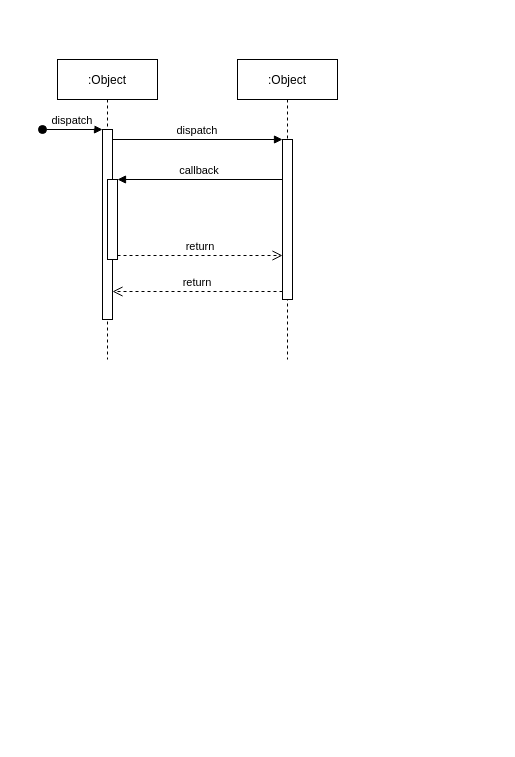
The draw.io diagram saga-sequance.drawio in AkbarMarunduri/Saga-Diagram, before the edit. Source tidied: cells renumbered, new cells numbered last; positions are measured from the earlier drawing's top-left corner, leaving out a move shared by most shapes. Both pictures are drawn from the tidied source at 100%, with x=0, y=0 at pixel (42, 59).
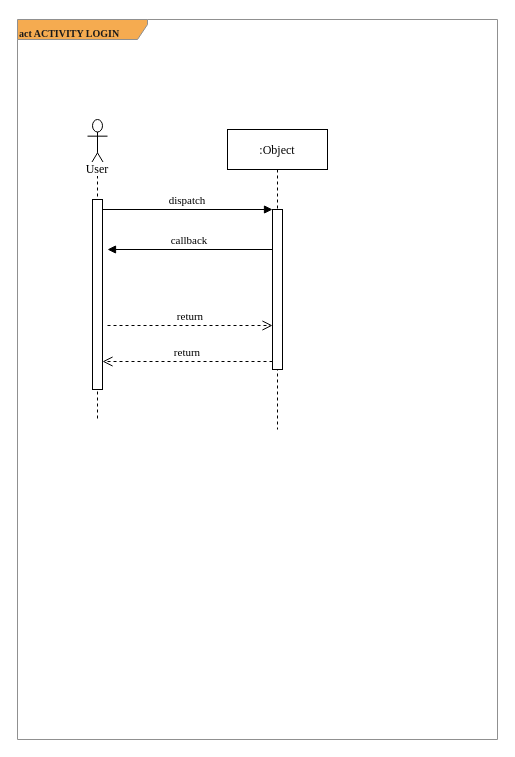
After the change.

What changed in the source:
```diff
@@
 <mxGraphModel>
   <root>
     <mxCell id="0" />
     <mxCell id="1" parent="0" />
-    <mxCell id="2" value=":Object" style="shape=umlLifeline;perimeter=lifelinePerimeter;rounded=0;shadow=0;strokeWidth=1;" parent="1" vertex="1">
-      <mxGeometry x="15" width="100" height="300" as="geometry" />
-    </mxCell>
-    <mxCell id="3" style="points=[];perimeter=orthogonalPerimeter;rounded=0;shadow=0;strokeWidth=1;" parent="2" vertex="1">
-      <mxGeometry x="45" y="70" width="10" height="190" as="geometry" />
-    </mxCell>
-    <mxCell id="4" value="dispatch" style="verticalAlign=bottom;startArrow=oval;endArrow=block;startSize=8;shadow=0;strokeWidth=1;" parent="2" edge="1" target="3">
-      <mxGeometry relative="1" as="geometry">
-        <mxPoint x="-15" y="70" as="sourcePoint" />
-      </mxGeometry>
-    </mxCell>
-    <mxCell id="5" style="points=[];perimeter=orthogonalPerimeter;rounded=0;shadow=0;strokeWidth=1;" parent="2" vertex="1">
-      <mxGeometry x="50" y="120" width="10" height="80" as="geometry" />
-    </mxCell>
-    <mxCell id="6" value=":Object" style="shape=umlLifeline;perimeter=lifelinePerimeter;rounded=0;shadow=0;strokeWidth=1;" parent="1" vertex="1">
-      <mxGeometry x="195" width="100" height="300" as="geometry" />
-    </mxCell>
-    <mxCell id="7" style="points=[];perimeter=orthogonalPerimeter;rounded=0;shadow=0;strokeWidth=1;" parent="6" vertex="1">
-      <mxGeometry x="45" y="80" width="10" height="160" as="geometry" />
-    </mxCell>
-    <mxCell id="8" value="return" style="verticalAlign=bottom;endArrow=open;dashed=1;endSize=8;exitX=0;exitY=0.95;shadow=0;strokeWidth=1;" parent="1" edge="1" source="7" target="3">
-      <mxGeometry relative="1" as="geometry" />
-    </mxCell>
-    <mxCell id="9" value="dispatch" style="verticalAlign=bottom;endArrow=block;entryX=0;entryY=0;shadow=0;strokeWidth=1;" parent="1" edge="1" source="3" target="7">
-      <mxGeometry relative="1" as="geometry" />
-    </mxCell>
+    <mxCell id="12" value="&lt;font size=&quot;1&quot;&gt;&lt;b&gt;act ACTIVITY LOGIN&lt;/b&gt;&lt;/font&gt;" style="shape=umlFrame;whiteSpace=wrap;html=1;hachureGap=4;fontFamily=Times New Roman;fontSize=20;width=130;height=20;fillColor=#F5AB50;strokeColor=#909090;fontColor=#1A1A1A;align=left;fontStyle=0;" parent="1" vertex="1">
+      <mxGeometry x="-25" y="-40" width="480" height="720" as="geometry" />
+    </mxCell>
+    <mxCell id="13" value=":Object" style="shape=umlLifeline;perimeter=lifelinePerimeter;rounded=0;shadow=0;strokeWidth=1;fontStyle=0;fontFamily=Times New Roman;" parent="1" vertex="1">
+      <mxGeometry x="185" y="70" width="100" height="300" as="geometry" />
+    </mxCell>
+    <mxCell id="14" style="points=[];perimeter=orthogonalPerimeter;rounded=0;shadow=0;strokeWidth=1;fontStyle=0;fontFamily=Times New Roman;" parent="13" vertex="1">
+      <mxGeometry x="45" y="80" width="10" height="160" as="geometry" />
+    </mxCell>
+    <mxCell id="15" value="return" style="verticalAlign=bottom;endArrow=open;dashed=1;endSize=8;exitX=0;exitY=0.95;shadow=0;strokeWidth=1;fontStyle=0;fontFamily=Times New Roman;" parent="1" edge="1" source="14" target="19">
+      <mxGeometry relative="1" as="geometry" />
+    </mxCell>
+    <mxCell id="16" value="dispatch" style="verticalAlign=bottom;endArrow=block;entryX=0;entryY=0;shadow=0;strokeWidth=1;fontStyle=0;fontFamily=Times New Roman;" parent="1" edge="1" source="19" target="14">
+      <mxGeometry relative="1" as="geometry" />
+    </mxCell>
-    <mxCell id="10" value="callback" style="verticalAlign=bottom;endArrow=block;entryX=1;entryY=0;shadow=0;strokeWidth=1;" parent="1" edge="1" source="7" target="5">
-      <mxGeometry relative="1" as="geometry" />
+    <mxCell id="10" value="callback" style="verticalAlign=bottom;endArrow=block;entryX=1;entryY=0;shadow=0;strokeWidth=1;fontStyle=0;fontFamily=Times New Roman;" parent="1" edge="1" source="14">
+      <mxGeometry relative="1" as="geometry">
+        <mxPoint x="65" y="190" as="targetPoint" />
+      </mxGeometry>
     </mxCell>
-    <mxCell id="11" value="return" style="verticalAlign=bottom;endArrow=open;dashed=1;endSize=8;exitX=1;exitY=0.95;shadow=0;strokeWidth=1;" parent="1" edge="1" source="5" target="7">
-      <mxGeometry relative="1" as="geometry" />
-    </mxCell>
+    <mxCell id="17" value="return" style="verticalAlign=bottom;endArrow=open;dashed=1;endSize=8;exitX=1;exitY=0.95;shadow=0;strokeWidth=1;fontStyle=0;fontFamily=Times New Roman;" parent="1" edge="1" target="14">
+      <mxGeometry relative="1" as="geometry">
+        <mxPoint x="65" y="266" as="sourcePoint" />
+      </mxGeometry>
+    </mxCell>
+    <mxCell id="18" value="&lt;span style=&quot;background-color: rgb(255 , 255 , 255)&quot;&gt;User&lt;/span&gt;" style="shape=umlLifeline;participant=umlActor;perimeter=lifelinePerimeter;whiteSpace=wrap;html=1;verticalAlign=top;spacingTop=36;hachureGap=4;fontFamily=Times New Roman;fontSize=12;size=50;" parent="1" vertex="1">
+      <mxGeometry x="45" y="60" width="20" height="300" as="geometry" />
+    </mxCell>
+    <mxCell id="19" style="points=[];perimeter=orthogonalPerimeter;rounded=0;shadow=0;strokeWidth=1;fontStyle=0;fontFamily=Times New Roman;" parent="1" vertex="1">
+      <mxGeometry x="50" y="140" width="10" height="190" as="geometry" />
+    </mxCell>
   </root>
 </mxGraphModel>
```
